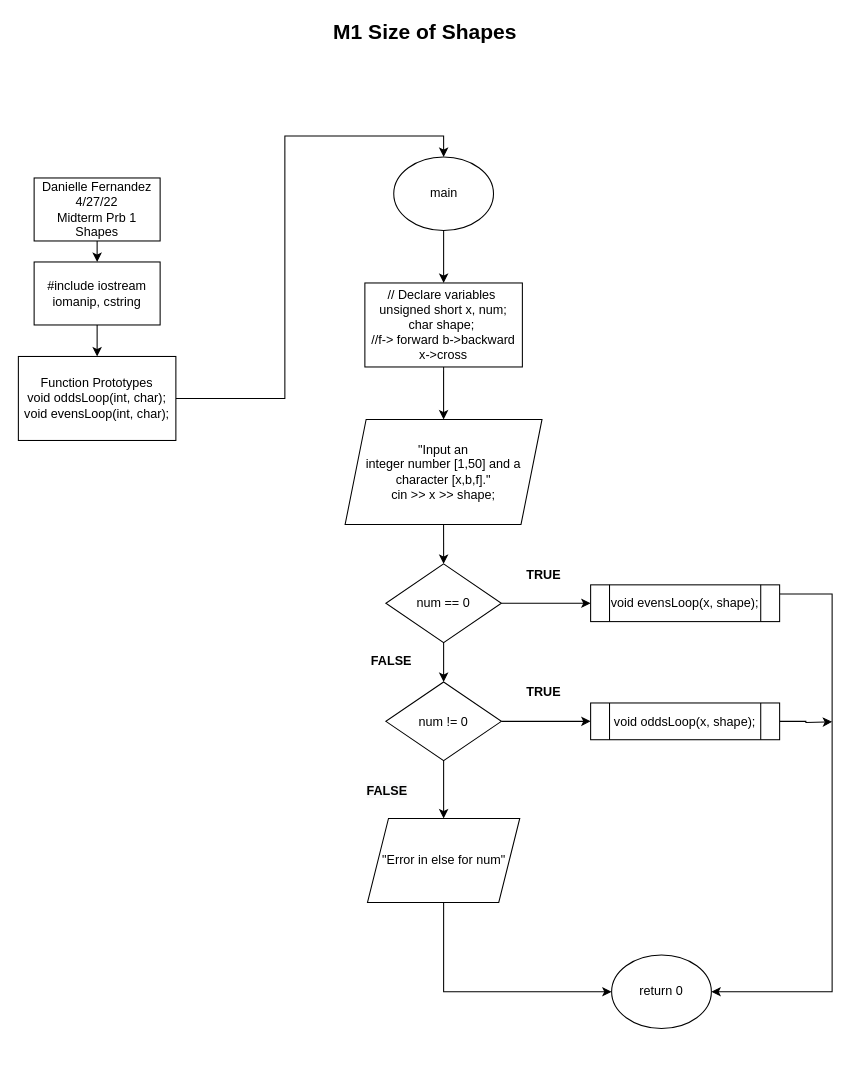
koa2019/cis5_ keeps this draw.io diagram as page "Page-1" (1 of 3) of midterm/prb1/midterm_prb1_flowchart.drawio_2.drawio. Above is the earlier version. Source tidied: cells renumbered, new cells numbered last; positions are measured from the earlier drawing's top-left corner, leaving out a move shared by most shapes. Both pictures are drawn from the tidied source at 105%, with x=0, y=0 at pixel (18, 20).
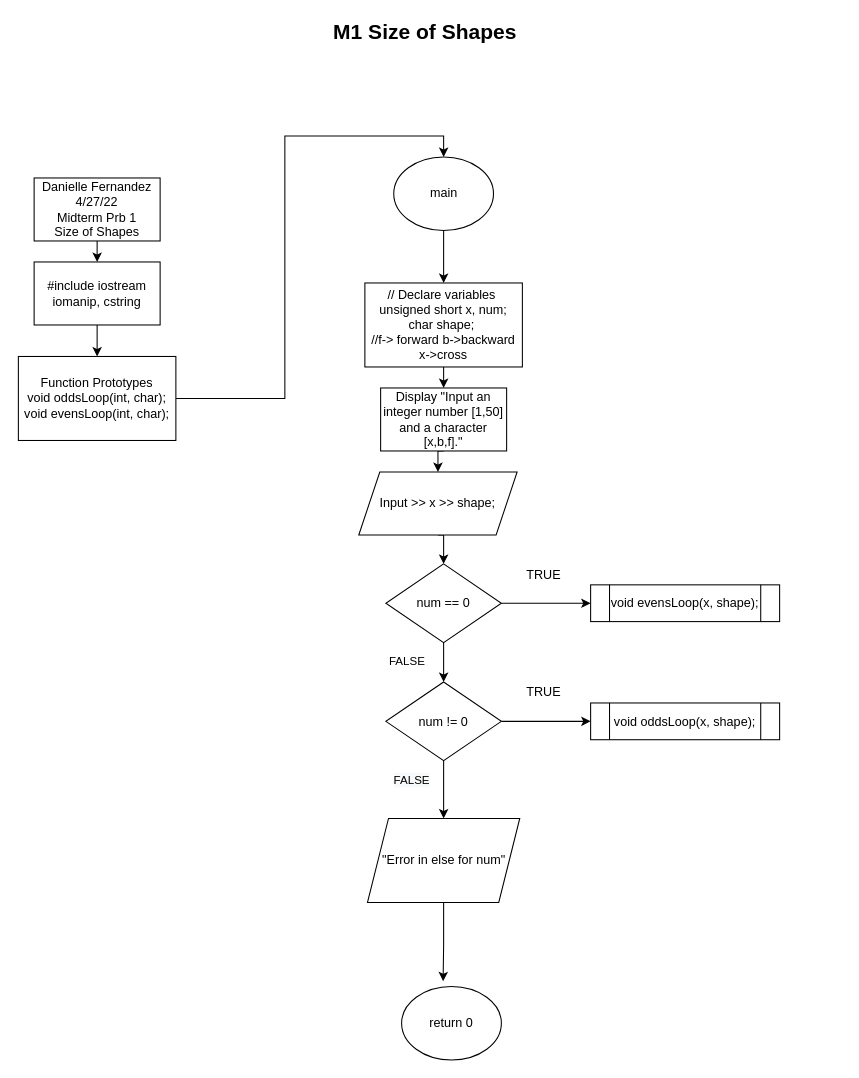
Above is the later version.

The change refers to these unchanged cells:
```xml
<mxCell id="10" value="num == 0" style="rhombus;whiteSpace=wrap;html=1;" parent="1" vertex="1">
  <mxGeometry x="350" y="517.5" width="110" height="75" as="geometry" />
</mxCell>
<mxCell id="12" value="void&amp;nbsp;evensLoop(x, shape);" style="shape=process;whiteSpace=wrap;html=1;backgroundOutline=1;" parent="1" vertex="1">
  <mxGeometry x="545" y="537.5" width="180" height="35" as="geometry" />
</mxCell>
<mxCell id="17" value="&quot;Error in else for num&quot;" style="shape=parallelogram;perimeter=parallelogramPerimeter;whiteSpace=wrap;html=1;fixedSize=1;fontColor=#000000;" parent="1" vertex="1">
  <mxGeometry x="332.5" y="760" width="145" height="80" as="geometry" />
</mxCell>
<mxCell id="19" value="void oddsLoop(x, shape);" style="shape=process;whiteSpace=wrap;html=1;backgroundOutline=1;" parent="1" vertex="1">
  <mxGeometry x="545" y="650" width="180" height="35" as="geometry" />
</mxCell>
<mxCell id="21" value="&lt;div&gt;// Declare variables&amp;nbsp;&lt;/div&gt;&lt;div&gt;unsigned short x, num;&lt;br&gt;&lt;/div&gt;&lt;div&gt;char shape;&amp;nbsp;&lt;/div&gt;&lt;div&gt;//f-&amp;gt; forward b-&amp;gt;backward x-&amp;gt;cross&lt;br&gt;&lt;/div&gt;" style="rounded=0;whiteSpace=wrap;html=1;" parent="1" vertex="1">
  <mxGeometry x="330" y="250" width="150" height="80" as="geometry" />
</mxCell>
```

Change to the diagram source:
```diff
@@
-    <mxCell id="3" value="Danielle Fernandez&lt;br&gt;4/27/22&lt;br&gt;Midterm Prb 1 Shapes" style="rounded=0;whiteSpace=wrap;html=1;" parent="1" vertex="1">
+    <mxCell id="3" value="Danielle Fernandez&lt;br&gt;4/27/22&lt;br&gt;Midterm Prb 1 &lt;br&gt;Size of Shapes" style="rounded=0;whiteSpace=wrap;html=1;" parent="1" vertex="1">
       <mxGeometry x="15" y="150" width="120" height="60" as="geometry" />
     </mxCell>
@@
-    <mxCell id="11" style="edgeStyle=orthogonalEdgeStyle;rounded=0;jettySize=auto;html=1;exitX=1;exitY=0.25;exitDx=0;exitDy=0;fontColor=#000000;entryX=1;entryY=0.5;entryDx=0;entryDy=0;" parent="1" edge="1" source="12" target="30">
-      <mxGeometry relative="1" as="geometry">
-        <Array as="points">
-          <mxPoint x="775" y="546" />
-          <mxPoint x="775" y="925" />
-        </Array>
-      </mxGeometry>
-    </mxCell>
@@
-    <mxCell id="16" style="edgeStyle=orthogonalEdgeStyle;rounded=0;jettySize=auto;html=1;exitX=0.5;exitY=1;exitDx=0;exitDy=0;fontColor=#000000;entryX=0;entryY=0.5;entryDx=0;entryDy=0;" parent="1" edge="1" source="17" target="30">
+    <mxCell id="16" style="edgeStyle=orthogonalEdgeStyle;rounded=0;jettySize=auto;html=1;exitX=0.5;exitY=1;exitDx=0;exitDy=0;entryX=0.416;entryY=-0.071;entryDx=0;entryDy=0;entryPerimeter=0;fontSize=11;fontColor=#000000;" parent="1" edge="1" source="17" target="30">
       <mxGeometry relative="1" as="geometry" />
     </mxCell>
@@
-    <mxCell id="18" style="edgeStyle=orthogonalEdgeStyle;rounded=0;jettySize=auto;html=1;exitX=1;exitY=0.5;exitDx=0;exitDy=0;fontColor=#000000;" parent="1" edge="1" source="19">
-      <mxGeometry relative="1" as="geometry">
-        <mxPoint x="775" y="668" as="targetPoint" />
-      </mxGeometry>
-    </mxCell>
@@
-    <mxCell id="20" style="edgeStyle=orthogonalEdgeStyle;rounded=0;jettySize=auto;html=1;exitX=0.5;exitY=1;exitDx=0;exitDy=0;entryX=0.5;entryY=0;entryDx=0;entryDy=0;" parent="1" edge="1" source="21" target="25">
-      <mxGeometry relative="1" as="geometry" />
-    </mxCell>
+    <mxCell id="32" style="edgeStyle=orthogonalEdgeStyle;rounded=0;jettySize=auto;html=1;exitX=0.5;exitY=1;exitDx=0;exitDy=0;entryX=0.5;entryY=0;entryDx=0;entryDy=0;fontSize=11;fontColor=#000000;" parent="1" edge="1" source="21" target="34">
+      <mxGeometry relative="1" as="geometry" />
+    </mxCell>
@@
-    <mxCell id="24" style="edgeStyle=orthogonalEdgeStyle;rounded=0;jettySize=auto;html=1;exitX=0.5;exitY=1;exitDx=0;exitDy=0;fontColor=#000000;" parent="1" edge="1" source="25" target="10">
+    <mxCell id="24" style="edgeStyle=orthogonalEdgeStyle;rounded=0;jettySize=auto;html=1;exitX=0.5;exitY=1;exitDx=0;exitDy=0;entryX=0.5;entryY=0;entryDx=0;entryDy=0;fontSize=11;fontColor=#000000;" parent="1" edge="1" source="25" target="10">
       <mxGeometry relative="1" as="geometry" />
     </mxCell>
-    <mxCell id="25" value="&quot;Input an &lt;br&gt;integer number [1,50] and a character [x,b,f].&quot;&lt;br&gt;cin &amp;gt;&amp;gt; x &amp;gt;&amp;gt; shape;" style="shape=parallelogram;perimeter=parallelogramPerimeter;whiteSpace=wrap;html=1;fixedSize=1;" parent="1" vertex="1">
-      <mxGeometry x="311.2" y="380" width="187.5" height="100" as="geometry" />
+    <mxCell id="25" value="Input &amp;gt;&amp;gt; x &amp;gt;&amp;gt; shape;" style="shape=parallelogram;perimeter=parallelogramPerimeter;whiteSpace=wrap;html=1;fixedSize=1;" parent="1" vertex="1">
+      <mxGeometry x="324.2" y="430" width="150.8" height="60" as="geometry" />
     </mxCell>
-    <mxCell id="26" value="&lt;b&gt;TRUE&lt;/b&gt;" style="text;html=1;align=center;verticalAlign=middle;fillColor=none;strokeColor=none;rounded=0;" parent="1" vertex="1">
+    <mxCell id="26" value="&lt;span style=&quot;font-weight: normal&quot;&gt;TRUE&lt;/span&gt;" style="text;html=1;align=center;verticalAlign=middle;fillColor=none;strokeColor=none;rounded=0;fontStyle=1;" parent="1" vertex="1">
       <mxGeometry x="475" y="517.5" width="50" height="20" as="geometry" />
     </mxCell>
-    <mxCell id="27" value="&lt;b&gt;TRUE&lt;/b&gt;" style="text;html=1;align=center;verticalAlign=middle;fillColor=none;strokeColor=none;rounded=0;" parent="1" vertex="1">
+    <mxCell id="27" value="TRUE" style="text;html=1;align=center;verticalAlign=middle;fillColor=none;strokeColor=none;rounded=0;" parent="1" vertex="1">
       <mxGeometry x="475" y="630" width="50" height="20" as="geometry" />
     </mxCell>
-    <mxCell id="28" value="&lt;b&gt;FALSE&lt;/b&gt;" style="text;html=1;align=center;verticalAlign=middle;fillColor=none;strokeColor=none;rounded=0;" parent="1" vertex="1">
-      <mxGeometry x="330" y="600" width="50" height="20" as="geometry" />
+    <mxCell id="28" value="&lt;font style=&quot;font-size: 11px&quot;&gt;FALSE&lt;/font&gt;" style="text;html=1;align=center;verticalAlign=middle;fillColor=none;strokeColor=none;rounded=0;" parent="1" vertex="1">
+      <mxGeometry x="345" y="600" width="50" height="20" as="geometry" />
     </mxCell>
-    <mxCell id="29" value="&lt;b style=&quot;color: rgb(0, 0, 0); font-family: helvetica; font-size: 12px; font-style: normal; letter-spacing: normal; text-align: center; text-indent: 0px; text-transform: none; word-spacing: 0px; background-color: rgb(248, 249, 250);&quot;&gt;FALSE&lt;/b&gt;" style="text;whiteSpace=wrap;html=1;fontColor=#000000;" parent="1" vertex="1">
-      <mxGeometry x="330" y="720" width="60" height="30" as="geometry" />
+    <mxCell id="29" value="&lt;span style=&quot;color: rgb(0, 0, 0); font-family: helvetica; font-style: normal; letter-spacing: normal; text-indent: 0px; text-transform: none; word-spacing: 0px; background-color: rgb(248, 249, 250);&quot;&gt;&lt;font style=&quot;font-size: 11px&quot;&gt;FALSE&lt;/font&gt;&lt;/span&gt;" style="text;whiteSpace=wrap;html=1;fontColor=#000000;align=center;" parent="1" vertex="1">
+      <mxGeometry x="345" y="710" width="60" height="30" as="geometry" />
     </mxCell>
     <mxCell id="30" value="return 0" style="ellipse;whiteSpace=wrap;html=1;" parent="1" vertex="1">
-      <mxGeometry x="565" y="890" width="95" height="70" as="geometry" />
+      <mxGeometry x="365" y="920" width="95" height="70" as="geometry" />
     </mxCell>
@@
+    <mxCell id="33" style="edgeStyle=orthogonalEdgeStyle;rounded=0;jettySize=auto;html=1;exitX=0.5;exitY=1;exitDx=0;exitDy=0;entryX=0.5;entryY=0;entryDx=0;entryDy=0;fontSize=11;fontColor=#000000;" parent="1" edge="1" source="34" target="25">
+      <mxGeometry relative="1" as="geometry" />
+    </mxCell>
+    <mxCell id="34" value="&lt;span style=&quot;font-size: 12px&quot;&gt;Display &quot;Input an&lt;/span&gt;&lt;br style=&quot;font-size: 12px&quot;&gt;&lt;span style=&quot;font-size: 12px&quot;&gt;integer number [1,50] and a character [x,b,f].&quot;&lt;/span&gt;" style="rounded=0;whiteSpace=wrap;html=1;fontSize=11;fontColor=#000000;" parent="1" vertex="1">
+      <mxGeometry x="345" y="350" width="120" height="60" as="geometry" />
+    </mxCell>
```
